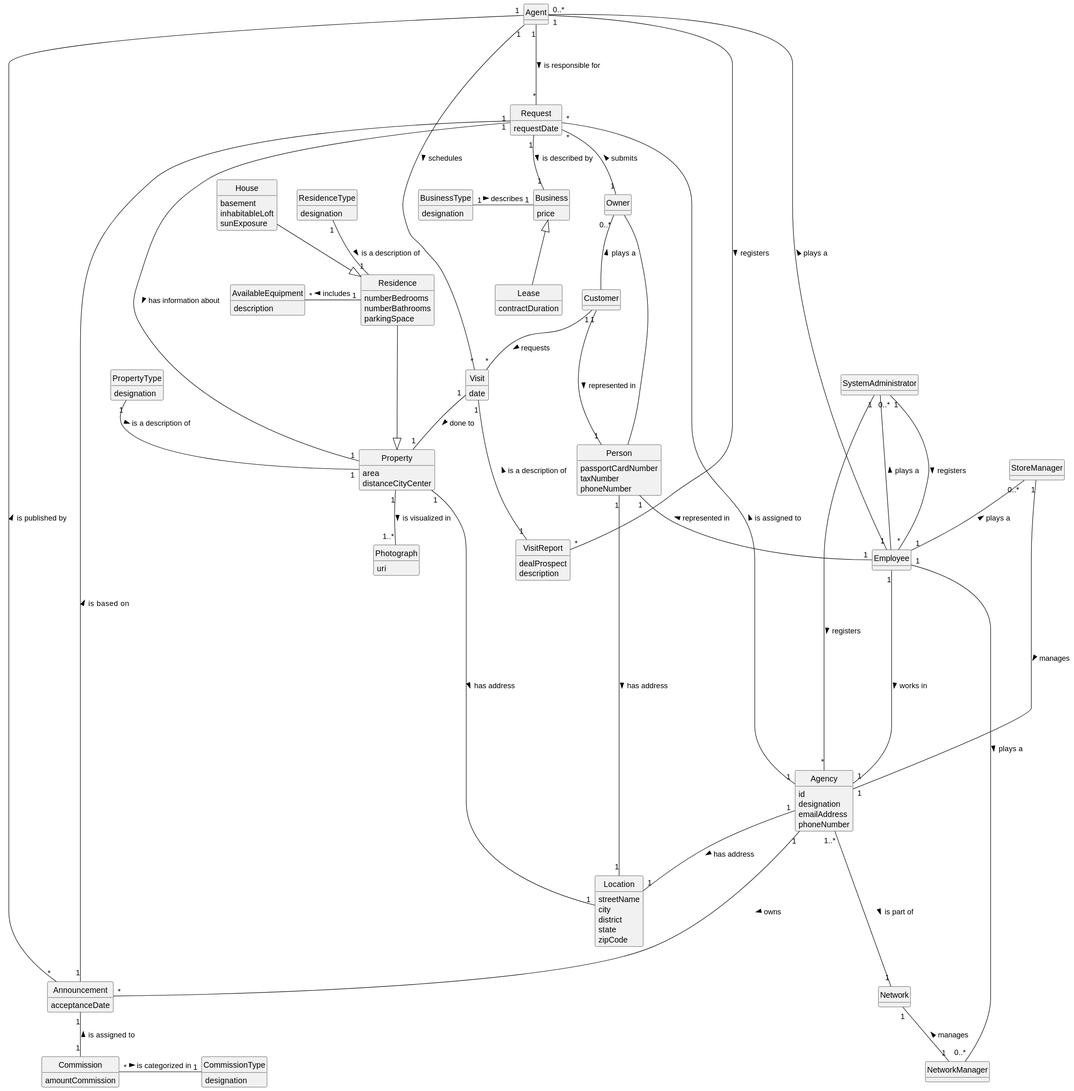
Earlier version of the PlantUML export docs/sprintB/global-artifacts/02.analysis/svg/project-domain-model.svg (rita-barbosa/LAPR2-2223).
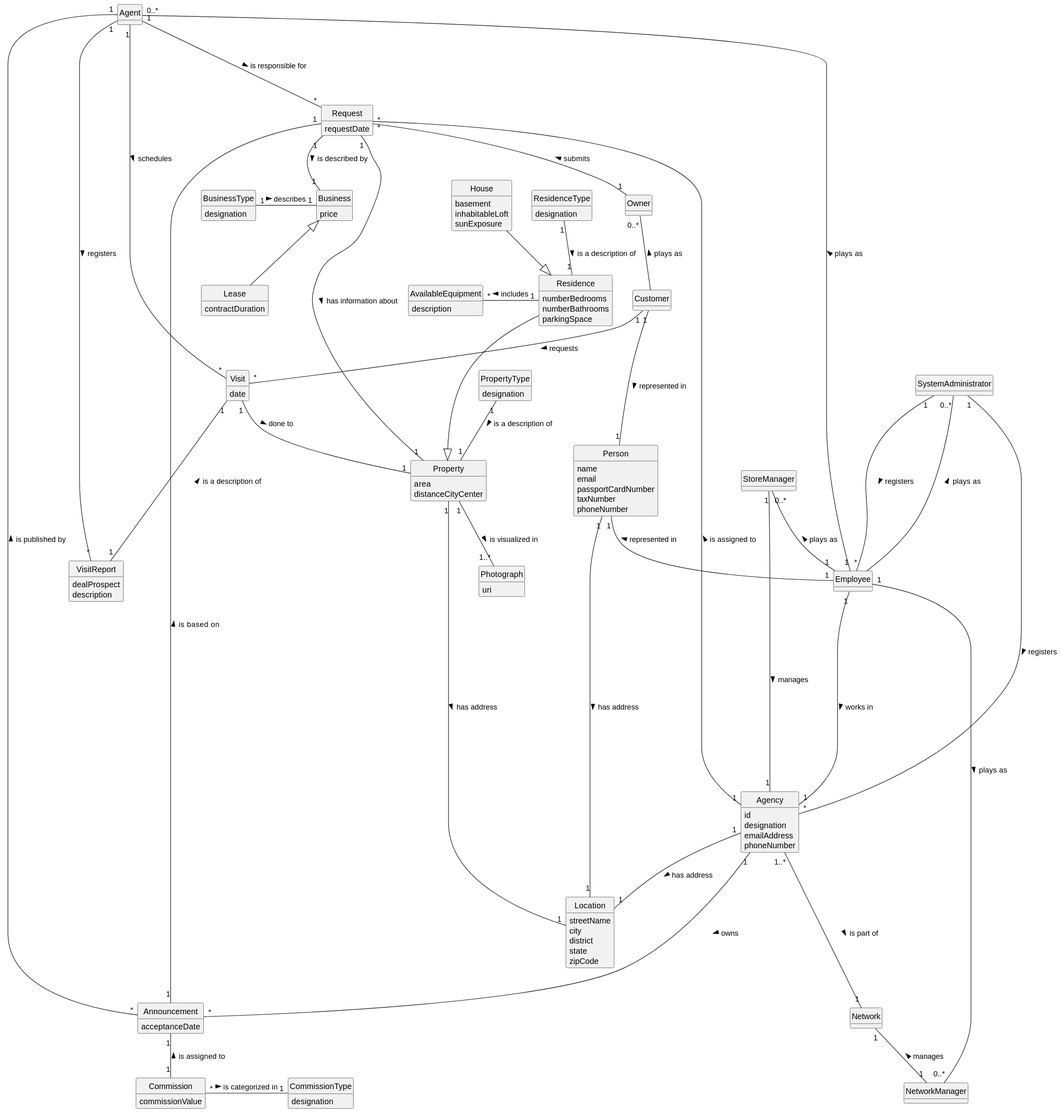
Later version of the same file.

Diff of the diagram source:
```diff
@@ -22,6 +22,8 @@
 }
 
 class Person{
+name
+email
 passportCardNumber
 taxNumber
 phoneNumber
@@ -97,7 +99,7 @@
 contractDuration
 }
 class Commission {
-amountCommission
+commissionValue
 }
 class CommissionType {
 designation
@@ -107,16 +109,15 @@
 }
 
 
-SystemAdministrator "0..*" -- Employee: plays a <
+SystemAdministrator "0..*" -- Employee: plays as <
 SystemAdministrator "1" --- "*" Employee: registers >
 SystemAdministrator "1" -- "*" Agency: registers >
 Person "1" -- "1" Employee: represented in <
-Person -- Owner
 Customer "1"  --- "1" Person: represented in >
-Owner "0..*" -- Customer: plays a <
-Agent "0..*" ---- "1" Employee: plays a <
-StoreManager "0..*" -- "1" Employee: plays a <
-NetworkManager "0..*" --- "1" Employee: plays a <
+Owner "0..*" -- Customer: plays as <
+Agent "0..*" ---- "1" Employee: plays as <
+StoreManager "0..*" -- "1" Employee: plays as <
+NetworkManager "0..*" --- "1" Employee: plays as <
 Agent "1" -- "*" Announcement: is published by <
 Agent "1" - "*" Visit: schedules >
 Customer "1" -- "*" Visit:  requests >
```
